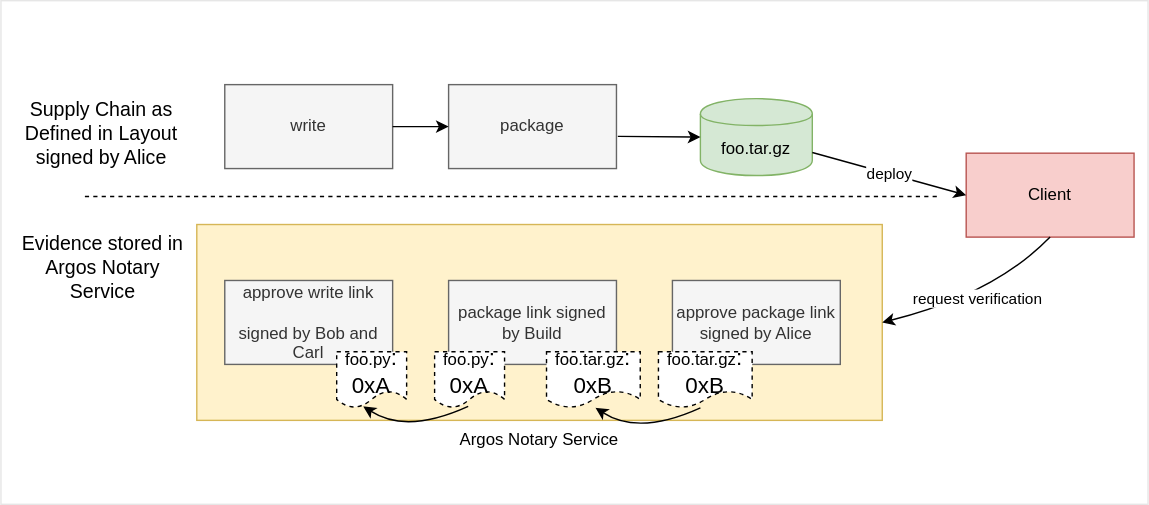
Earlier version of the draw.io export static/img/overview/00_overview_workflow.svg (argosnotary/docs). Source tidied: cells renumbered, new cells last; positions are measured from the earlier drawing's top-left corner, leaving out a move shared by most shapes. The source it was exported from:
```xml
<mxGraphModel>
  <root>
    <mxCell id="0" />
    <mxCell id="1" parent="0" />
    <mxCell id="2" style="rounded=0;whiteSpace=wrap;html=1;strokeColor=#E6E6E6;" parent="1" vertex="1">
      <mxGeometry width="820" height="360" as="geometry" />
    </mxCell>
    <mxCell id="3" value="Argos Notary Service" style="rounded=0;whiteSpace=wrap;html=1;labelPosition=center;verticalLabelPosition=bottom;align=center;verticalAlign=top;fillColor=#fff2cc;strokeColor=#d6b656;" parent="1" vertex="1">
      <mxGeometry x="140" y="160" width="490" height="140" as="geometry" />
    </mxCell>
    <mxCell id="4" value="write" style="rounded=0;whiteSpace=wrap;html=1;fillColor=#f5f5f5;strokeColor=#666666;fontColor=#333333;" parent="1" vertex="1">
      <mxGeometry x="160" y="60" width="120" height="60" as="geometry" />
    </mxCell>
    <mxCell id="5" value="package" style="rounded=0;whiteSpace=wrap;html=1;fillColor=#f5f5f5;strokeColor=#666666;fontColor=#333333;" parent="1" vertex="1">
      <mxGeometry x="320" y="60" width="120" height="60" as="geometry" />
    </mxCell>
    <mxCell id="6" value="&lt;div&gt;approve write link &lt;br&gt;&lt;/div&gt;&lt;div&gt;&lt;br&gt;&lt;/div&gt;&lt;div&gt;signed by Bob and Carl&lt;br&gt;&lt;/div&gt;" style="rounded=0;whiteSpace=wrap;html=1;fillColor=#f5f5f5;strokeColor=#666666;fontColor=#333333;" parent="1" vertex="1">
      <mxGeometry x="160" y="200" width="120" height="60" as="geometry" />
    </mxCell>
    <mxCell id="7" value="package link signed by Build" style="rounded=0;whiteSpace=wrap;html=1;fillColor=#f5f5f5;strokeColor=#666666;fontColor=#333333;" parent="1" vertex="1">
      <mxGeometry x="320" y="200" width="120" height="60" as="geometry" />
    </mxCell>
    <mxCell id="8" value="approve package link signed by Alice" style="rounded=0;whiteSpace=wrap;html=1;fillColor=#f5f5f5;strokeColor=#666666;fontColor=#333333;" parent="1" vertex="1">
      <mxGeometry x="480" y="200" width="120" height="60" as="geometry" />
    </mxCell>
    <mxCell id="9" style="endArrow=none;dashed=1;html=1;" parent="1" edge="1">
      <mxGeometry relative="1" as="geometry">
        <mxPoint x="60" y="140" as="sourcePoint" />
        <mxPoint x="670" y="140" as="targetPoint" />
      </mxGeometry>
    </mxCell>
    <mxCell id="10" value="&lt;font style=&quot;font-size: 14px&quot;&gt;Supply Chain as Defined in Layout signed by Alice&lt;/font&gt;" style="text;html=1;strokeColor=none;fillColor=none;align=center;verticalAlign=middle;whiteSpace=wrap;rounded=0;" parent="1" vertex="1">
      <mxGeometry x="12" y="85" width="120" height="20" as="geometry" />
    </mxCell>
    <mxCell id="11" value="&lt;font style=&quot;font-size: 14px&quot;&gt;Evidence stored in Argos Notary Service &lt;/font&gt;" style="text;html=1;strokeColor=none;fillColor=none;align=center;verticalAlign=middle;whiteSpace=wrap;rounded=0;" parent="1" vertex="1">
      <mxGeometry x="13" y="181" width="120" height="20" as="geometry" />
    </mxCell>
    <mxCell id="12" value="foo.tar.gz" style="shape=cylinder;whiteSpace=wrap;html=1;boundedLbl=1;backgroundOutline=1;fillColor=#d5e8d4;strokeColor=#82b366;" parent="1" vertex="1">
      <mxGeometry x="500" y="70" width="80" height="55" as="geometry" />
    </mxCell>
    <mxCell id="13" value="Client" style="rounded=0;whiteSpace=wrap;html=1;fillColor=#f8cecc;strokeColor=#b85450;" parent="1" vertex="1">
      <mxGeometry x="690" y="109" width="120" height="60" as="geometry" />
    </mxCell>
    <mxCell id="14" value="request verification" style="curved=1;endArrow=classic;html=1;exitX=0.5;exitY=1;exitDx=0;exitDy=0;entryX=1;entryY=0.5;entryDx=0;entryDy=0;" parent="1" edge="1" source="13" target="3">
      <mxGeometry relative="1" as="geometry">
        <Array as="points">
          <mxPoint x="710" y="210" />
        </Array>
      </mxGeometry>
    </mxCell>
    <mxCell id="15" value="deploy" style="endArrow=classic;html=1;exitX=1;exitY=0.7;exitDx=0;exitDy=0;entryX=0;entryY=0.5;entryDx=0;entryDy=0;" parent="1" edge="1" source="12" target="13">
      <mxGeometry relative="1" as="geometry" />
    </mxCell>
    <mxCell id="16" style="endArrow=classic;html=1;exitX=1;exitY=0.5;exitDx=0;exitDy=0;entryX=0;entryY=0.5;entryDx=0;entryDy=0;" parent="1" edge="1" source="4" target="5">
      <mxGeometry relative="1" as="geometry" />
    </mxCell>
    <mxCell id="17" style="endArrow=classic;html=1;exitX=1.008;exitY=0.617;exitDx=0;exitDy=0;entryX=0;entryY=0.5;entryDx=0;entryDy=0;exitPerimeter=0;" parent="1" edge="1" source="5" target="12">
      <mxGeometry relative="1" as="geometry" />
    </mxCell>
    <mxCell id="18" value="&lt;div&gt;&lt;font style=&quot;font-size: 12px&quot;&gt;foo.py&lt;font size=&quot;3&quot;&gt;: 0xA&lt;br&gt;&lt;/font&gt;&lt;/font&gt;&lt;/div&gt;" style="shape=document;whiteSpace=wrap;html=1;boundedLbl=1;dashed=1;" parent="1" vertex="1">
      <mxGeometry x="240" y="251" width="50" height="40" as="geometry" />
    </mxCell>
    <mxCell id="19" value="&lt;div&gt;&lt;font style=&quot;font-size: 12px&quot;&gt;foo.tar.gz&lt;font size=&quot;3&quot;&gt;: 0xB&lt;br&gt;&lt;/font&gt;&lt;/font&gt;&lt;/div&gt;" style="shape=document;whiteSpace=wrap;html=1;boundedLbl=1;dashed=1;" parent="1" vertex="1">
      <mxGeometry x="390" y="251" width="67" height="40" as="geometry" />
    </mxCell>
    <mxCell id="20" value="&lt;div&gt;&lt;font style=&quot;font-size: 12px&quot;&gt;foo.py&lt;font size=&quot;3&quot;&gt;: 0xA&lt;br&gt;&lt;/font&gt;&lt;/font&gt;&lt;/div&gt;" style="shape=document;whiteSpace=wrap;html=1;boundedLbl=1;dashed=1;" parent="1" vertex="1">
      <mxGeometry x="310" y="251" width="50" height="40" as="geometry" />
    </mxCell>
    <mxCell id="21" style="curved=1;endArrow=classic;html=1;entryX=0.38;entryY=0.975;entryDx=0;entryDy=0;entryPerimeter=0;" parent="1" edge="1" target="18">
      <mxGeometry relative="1" as="geometry">
        <mxPoint x="334" y="290" as="sourcePoint" />
        <Array as="points">
          <mxPoint x="290" y="310" />
        </Array>
      </mxGeometry>
    </mxCell>
    <mxCell id="22" style="curved=1;endArrow=classic;html=1;entryX=0.38;entryY=0.975;entryDx=0;entryDy=0;entryPerimeter=0;" parent="1" edge="1">
      <mxGeometry relative="1" as="geometry">
        <mxPoint x="500" y="291" as="sourcePoint" />
        <mxPoint x="425" y="291" as="targetPoint" />
        <Array as="points">
          <mxPoint x="456" y="311" />
        </Array>
      </mxGeometry>
    </mxCell>
    <mxCell id="23" value="&lt;div&gt;&lt;font style=&quot;font-size: 12px&quot;&gt;foo.tar.gz&lt;font size=&quot;3&quot;&gt;: 0xB&lt;br&gt;&lt;/font&gt;&lt;/font&gt;&lt;/div&gt;" style="shape=document;whiteSpace=wrap;html=1;boundedLbl=1;dashed=1;" parent="1" vertex="1">
      <mxGeometry x="470" y="251" width="67" height="40" as="geometry" />
    </mxCell>
  </root>
</mxGraphModel>
```
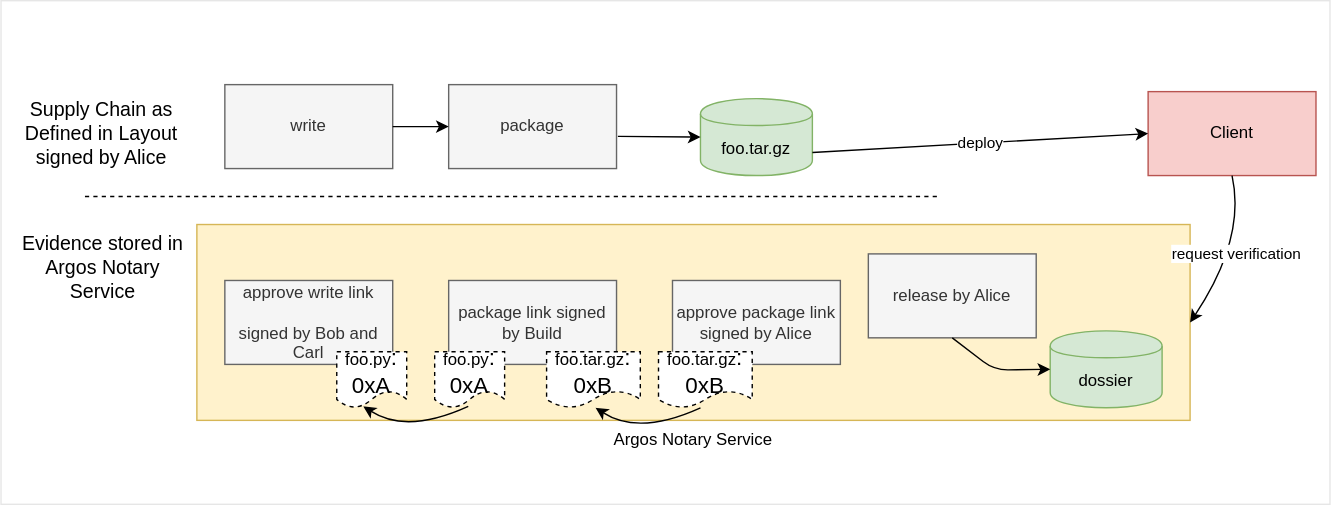
Above is the later version.

The edit, as a diff of the source:
```diff
@@ -3,10 +3,10 @@
     <mxCell id="0" />
     <mxCell id="1" parent="0" />
     <mxCell id="2" style="rounded=0;whiteSpace=wrap;html=1;strokeColor=#E6E6E6;" parent="1" vertex="1">
-      <mxGeometry width="820" height="360" as="geometry" />
+      <mxGeometry width="950" height="360" as="geometry" />
     </mxCell>
     <mxCell id="3" value="Argos Notary Service" style="rounded=0;whiteSpace=wrap;html=1;labelPosition=center;verticalLabelPosition=bottom;align=center;verticalAlign=top;fillColor=#fff2cc;strokeColor=#d6b656;" parent="1" vertex="1">
-      <mxGeometry x="140" y="160" width="490" height="140" as="geometry" />
+      <mxGeometry x="140" y="160" width="710" height="140" as="geometry" />
     </mxCell>
     <mxCell id="4" value="write" style="rounded=0;whiteSpace=wrap;html=1;fillColor=#f5f5f5;strokeColor=#666666;fontColor=#333333;" parent="1" vertex="1">
       <mxGeometry x="160" y="60" width="120" height="60" as="geometry" />
@@ -39,12 +39,12 @@
       <mxGeometry x="500" y="70" width="80" height="55" as="geometry" />
     </mxCell>
     <mxCell id="13" value="Client" style="rounded=0;whiteSpace=wrap;html=1;fillColor=#f8cecc;strokeColor=#b85450;" parent="1" vertex="1">
-      <mxGeometry x="690" y="109" width="120" height="60" as="geometry" />
+      <mxGeometry x="820" y="65" width="120" height="60" as="geometry" />
     </mxCell>
     <mxCell id="14" value="request verification" style="curved=1;endArrow=classic;html=1;exitX=0.5;exitY=1;exitDx=0;exitDy=0;entryX=1;entryY=0.5;entryDx=0;entryDy=0;" parent="1" edge="1" source="13" target="3">
       <mxGeometry relative="1" as="geometry">
         <Array as="points">
-          <mxPoint x="710" y="210" />
+          <mxPoint x="890" y="170" />
         </Array>
       </mxGeometry>
     </mxCell>
@@ -86,5 +86,18 @@
     <mxCell id="23" value="&lt;div&gt;&lt;font style=&quot;font-size: 12px&quot;&gt;foo.tar.gz&lt;font size=&quot;3&quot;&gt;: 0xB&lt;br&gt;&lt;/font&gt;&lt;/font&gt;&lt;/div&gt;" style="shape=document;whiteSpace=wrap;html=1;boundedLbl=1;dashed=1;" parent="1" vertex="1">
       <mxGeometry x="470" y="251" width="67" height="40" as="geometry" />
     </mxCell>
+    <mxCell id="24" value="release by Alice" style="rounded=0;whiteSpace=wrap;html=1;fillColor=#f5f5f5;strokeColor=#666666;fontColor=#333333;" parent="1" vertex="1">
+      <mxGeometry x="620" y="181" width="120" height="60" as="geometry" />
+    </mxCell>
+    <mxCell id="25" value="dossier" style="shape=cylinder;whiteSpace=wrap;html=1;boundedLbl=1;backgroundOutline=1;fillColor=#d5e8d4;strokeColor=#82b366;" parent="1" vertex="1">
+      <mxGeometry x="750" y="236" width="80" height="55" as="geometry" />
+    </mxCell>
+    <mxCell id="26" style="endArrow=classic;html=1;entryX=0;entryY=0.5;entryDx=0;entryDy=0;exitX=0.5;exitY=1;exitDx=0;exitDy=0;" parent="1" edge="1" source="24" target="25">
+      <mxGeometry relative="1" as="geometry">
+        <Array as="points">
+          <mxPoint x="710" y="264" />
+        </Array>
+      </mxGeometry>
+    </mxCell>
   </root>
 </mxGraphModel>
```
